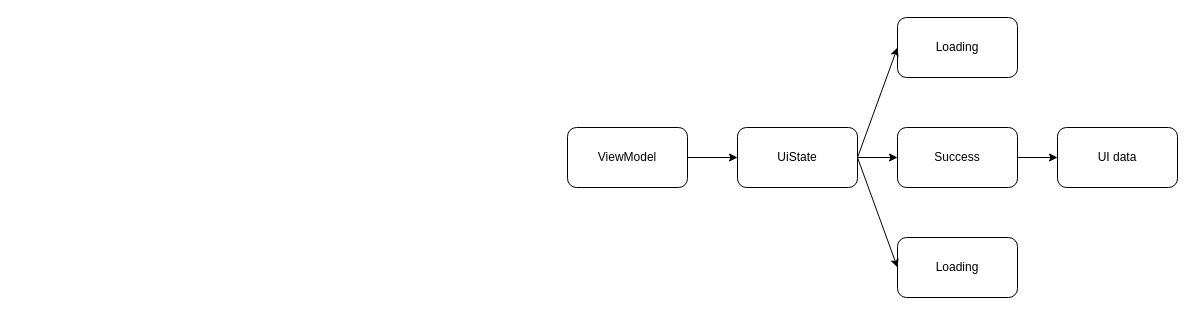
Before: page "architecture" (9 of 10) of workout_app_design.drawio in ChienKangLu/workout_app, a draw.io diagram. Source tidied: cells renumbered, new cells numbered last; positions are measured from the earlier drawing's top-left corner, leaving out a move shared by most shapes. Both pictures are drawn from the tidied source at 100%, with x=0, y=0 at pixel (567, 17).
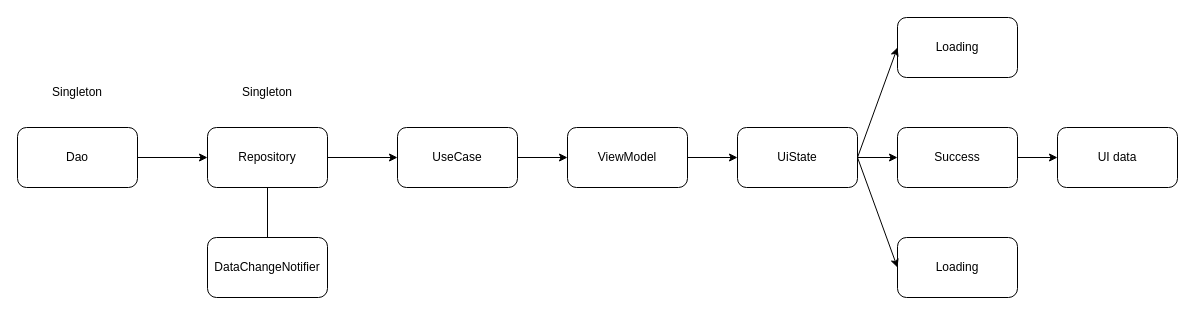
Above is the later version.

Diff of the diagram source:
```diff
@@
+    <mxCell id="13" value="UseCase" style="rounded=1;whiteSpace=wrap;html=1;" parent="1" vertex="1">
+      <mxGeometry x="-170" y="110" width="120" height="60" as="geometry" />
+    </mxCell>
+    <mxCell id="14" style="endArrow=classic;html=1;rounded=0;exitX=1;exitY=0.5;exitDx=0;exitDy=0;" parent="1" edge="1" source="13">
+      <mxGeometry relative="1" as="geometry">
+        <mxPoint y="140" as="targetPoint" />
+      </mxGeometry>
+    </mxCell>
+    <mxCell id="15" value="Repository" style="rounded=1;whiteSpace=wrap;html=1;" parent="1" vertex="1">
+      <mxGeometry x="-360" y="110" width="120" height="60" as="geometry" />
+    </mxCell>
+    <mxCell id="16" value="Dao" style="rounded=1;whiteSpace=wrap;html=1;" parent="1" vertex="1">
+      <mxGeometry x="-550" y="110" width="120" height="60" as="geometry" />
+    </mxCell>
+    <mxCell id="17" style="endArrow=classic;html=1;rounded=0;exitX=1;exitY=0.5;exitDx=0;exitDy=0;entryX=0;entryY=0.5;entryDx=0;entryDy=0;" parent="1" edge="1" source="15" target="13">
+      <mxGeometry relative="1" as="geometry" />
+    </mxCell>
+    <mxCell id="18" style="endArrow=classic;html=1;rounded=0;exitX=1;exitY=0.5;exitDx=0;exitDy=0;entryX=0;entryY=0.5;entryDx=0;entryDy=0;" parent="1" edge="1" source="16" target="15">
+      <mxGeometry relative="1" as="geometry" />
+    </mxCell>
+    <mxCell id="19" value="Singleton" style="text;html=1;strokeColor=none;fillColor=none;align=center;verticalAlign=middle;whiteSpace=wrap;rounded=0;" parent="1" vertex="1">
+      <mxGeometry x="-520" y="60" width="60" height="30" as="geometry" />
+    </mxCell>
+    <mxCell id="20" value="Singleton" style="text;html=1;strokeColor=none;fillColor=none;align=center;verticalAlign=middle;whiteSpace=wrap;rounded=0;" parent="1" vertex="1">
+      <mxGeometry x="-330" y="60" width="60" height="30" as="geometry" />
+    </mxCell>
+    <mxCell id="21" value="DataChangeNotifier" style="rounded=1;whiteSpace=wrap;html=1;" parent="1" vertex="1">
+      <mxGeometry x="-360" y="220" width="120" height="60" as="geometry" />
+    </mxCell>
+    <mxCell id="22" style="endArrow=none;html=1;rounded=0;entryX=0.5;entryY=1;entryDx=0;entryDy=0;" parent="1" edge="1" source="21" target="15">
+      <mxGeometry relative="1" as="geometry" />
+    </mxCell>
```
